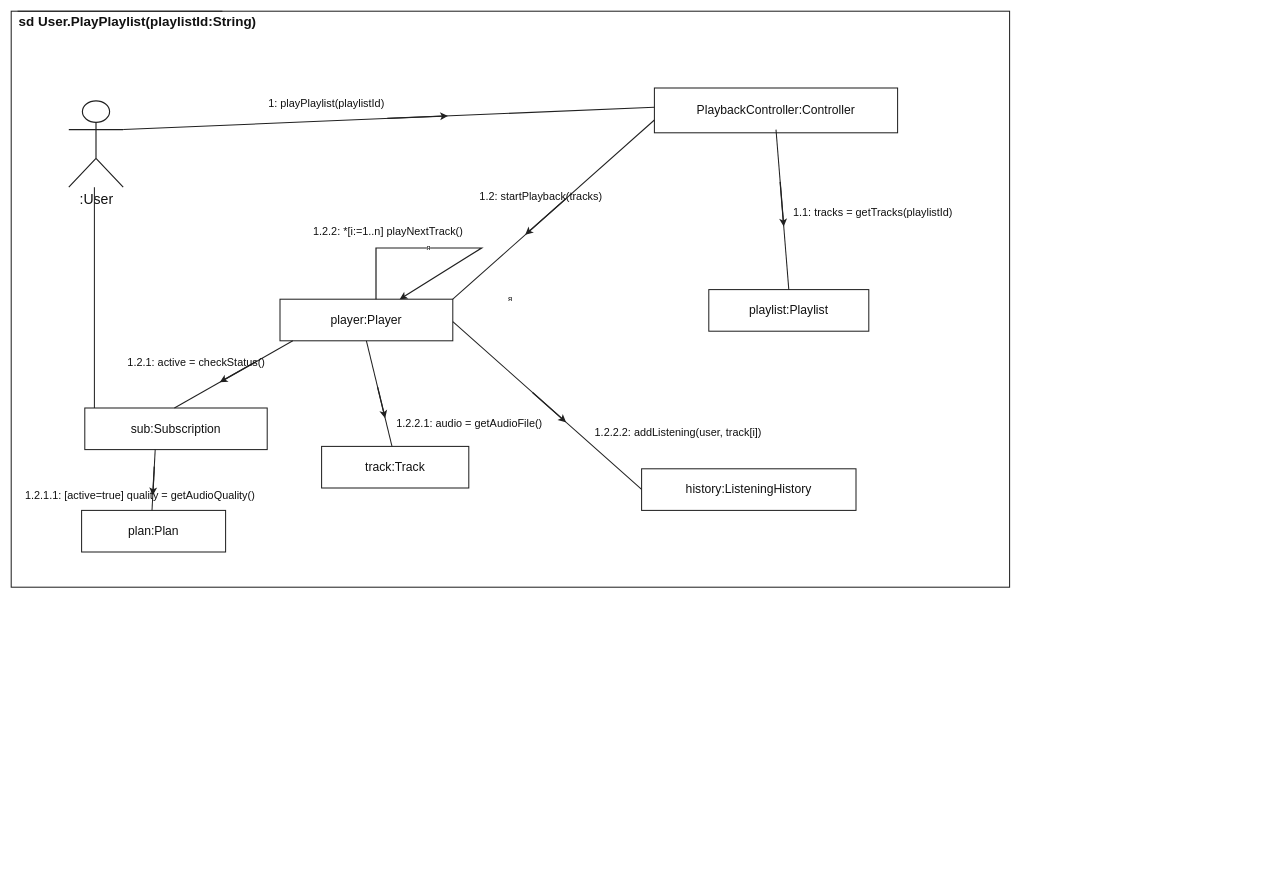
This is page "ЛР1 — Диаграмма коммуникаций (Моисеев)" (2 of 5) of Лабораторная 1 — Музыкальный стриминговый сервис.drawio from iiqq2/-, a draw.io file, before an edit. Source tidied: cells renumbered, new cells numbered last; positions are measured from the earlier drawing's top-left corner, leaving out a move shared by most shapes. Both pictures are drawn from the tidied source at 64%, with x=0, y=0 at pixel (11, 11).
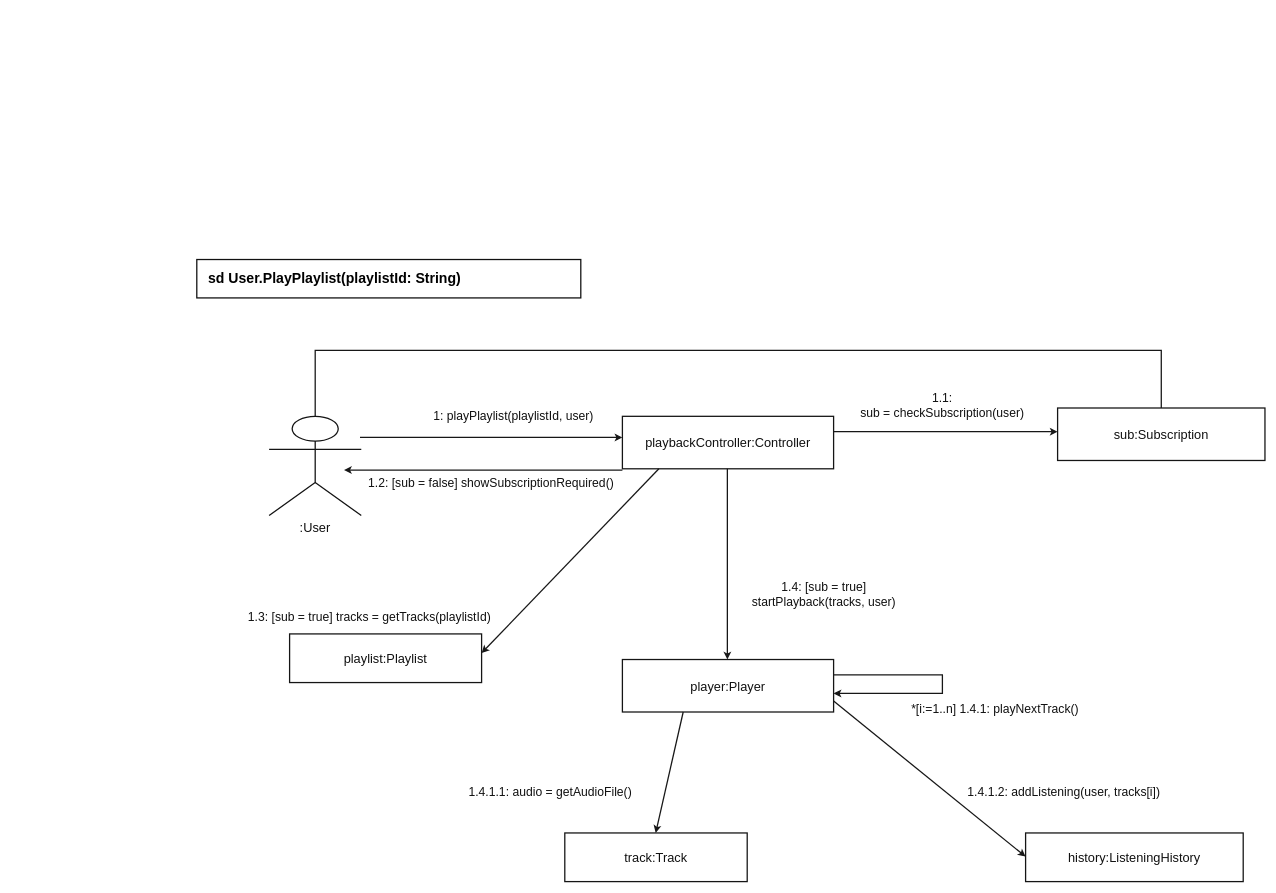
Above is the later version.

Change to the diagram source:
```diff
@@
-    <mxCell id="2" value="я" style="rounded=0;whiteSpace=wrap;html=1;strokeColor=#202020;strokeWidth=1.6;fillColor=#FFFFFF;" parent="1" vertex="1">
-      <mxGeometry width="1560" height="900" as="geometry" />
-    </mxCell>
-    <mxCell id="3" style="html=1;rounded=0;strokeColor=#202020;strokeWidth=1.6;startArrow=none;endArrow=none;endFill=1;edgeStyle=none;" parent="1" edge="1">
-      <mxGeometry relative="1" as="geometry">
-        <mxPoint x="10" as="sourcePoint" />
-        <mxPoint x="330" as="targetPoint" />
-      </mxGeometry>
-    </mxCell>
-    <mxCell id="4" value="sd User.PlayPlaylist(playlistId:String)" style="text;html=1;whiteSpace=wrap;overflow=visible;align=left;verticalAlign=middle;fontFamily=Arial;fontSize=21;fontStyle=1;fontColor=#111111;strokeColor=none;fillColor=none;" parent="1" vertex="1">
-      <mxGeometry x="10" width="430" height="32" as="geometry" />
-    </mxCell>
+    <mxCell id="37" value="sd User.PlayPlaylist(playlistId: String)" style="rounded=0;whiteSpace=wrap;html=0;strokeColor=#111111;strokeWidth=2;fillColor=#FFFFFF;fontFamily=Arial;fontSize=22;fontStyle=1;align=left;verticalAlign=middle;spacingLeft=16;" parent="1" vertex="1">
+      <mxGeometry x="290" y="388" width="600" height="60" as="geometry" />
+    </mxCell>
-    <mxCell id="5" value=":User" style="shape=umlActor;verticalLabelPosition=bottom;verticalAlign=top;html=1;outlineConnect=0;strokeColor=#202020;strokeWidth=1.8;fillColor=#FFFFFF;fontFamily=Arial;fontSize=22;fontColor=#111111;" parent="1" vertex="1">
-      <mxGeometry x="90" y="140" width="85" height="135" as="geometry" />
+    <mxCell id="5" value=":User" style="shape=umlActor;whiteSpace=wrap;html=0;strokeColor=#141414;strokeWidth=2;fillColor=#FFFFFF;fontFamily=Arial;fontSize=20;fontColor=#101010;verticalLabelPosition=bottom;verticalAlign=top;" parent="1" vertex="1">
+      <mxGeometry x="403" y="633" width="144" height="155" as="geometry" />
     </mxCell>
-    <mxCell id="6" value="PlaybackController:Controller" style="rounded=0;whiteSpace=wrap;html=1;strokeColor=#202020;strokeWidth=1.6;fillColor=#FFFFFF;align=center;verticalAlign=middle;fontFamily=Arial;fontSize=19;fontColor=#111111;" parent="1" vertex="1">
-      <mxGeometry x="1005" y="120" width="380" height="70" as="geometry" />
-    </mxCell>
+    <mxCell id="38" value="playbackController:Controller" style="rounded=0;whiteSpace=wrap;html=0;strokeColor=#151515;strokeWidth=2;fillColor=#FFFFFF;fontFamily=Arial;fontSize=20;fontColor=#111111;align=center;verticalAlign=middle;" parent="1" vertex="1">
+      <mxGeometry x="955" y="633" width="330" height="82" as="geometry" />
+    </mxCell>
+    <mxCell id="9" value="sub:Subscription" style="rounded=0;whiteSpace=wrap;html=0;strokeColor=#151515;strokeWidth=2;fillColor=#FFFFFF;fontFamily=Arial;fontSize=20;fontColor=#111111;align=center;verticalAlign=middle;" parent="1" vertex="1">
+      <mxGeometry x="1635" y="620" width="324" height="82" as="geometry" />
+    </mxCell>
+    <mxCell id="8" value="playlist:Playlist" style="rounded=0;whiteSpace=wrap;html=0;strokeColor=#151515;strokeWidth=2;fillColor=#FFFFFF;fontFamily=Arial;fontSize=20;fontColor=#111111;align=center;verticalAlign=middle;" parent="1" vertex="1">
+      <mxGeometry x="435" y="973" width="300" height="76" as="geometry" />
+    </mxCell>
-    <mxCell id="7" value="player:Player" style="rounded=0;whiteSpace=wrap;html=1;strokeColor=#202020;strokeWidth=1.6;fillColor=#FFFFFF;align=center;verticalAlign=middle;fontFamily=Arial;fontSize=19;fontColor=#111111;" parent="1" vertex="1">
-      <mxGeometry x="420" y="450" width="270" height="65" as="geometry" />
+    <mxCell id="7" value="player:Player" style="rounded=0;whiteSpace=wrap;html=0;strokeColor=#151515;strokeWidth=2;fillColor=#FFFFFF;fontFamily=Arial;fontSize=20;fontColor=#111111;align=center;verticalAlign=middle;" parent="1" vertex="1">
+      <mxGeometry x="955" y="1013" width="330" height="82" as="geometry" />
     </mxCell>
-    <mxCell id="8" value="playlist:Playlist" style="rounded=0;whiteSpace=wrap;html=1;strokeColor=#202020;strokeWidth=1.6;fillColor=#FFFFFF;align=center;verticalAlign=middle;fontFamily=Arial;fontSize=19;fontColor=#111111;" parent="1" vertex="1">
-      <mxGeometry x="1090" y="435" width="250" height="65" as="geometry" />
-    </mxCell>
-    <mxCell id="9" value="sub:Subscription" style="rounded=0;whiteSpace=wrap;html=1;strokeColor=#202020;strokeWidth=1.6;fillColor=#FFFFFF;align=center;verticalAlign=middle;fontFamily=Arial;fontSize=19;fontColor=#111111;" parent="1" vertex="1">
-      <mxGeometry x="115" y="620" width="285" height="65" as="geometry" />
-    </mxCell>
-    <mxCell id="10" value="plan:Plan" style="rounded=0;whiteSpace=wrap;html=1;strokeColor=#202020;strokeWidth=1.6;fillColor=#FFFFFF;align=center;verticalAlign=middle;fontFamily=Arial;fontSize=19;fontColor=#111111;" parent="1" vertex="1">
-      <mxGeometry x="110" y="780" width="225" height="65" as="geometry" />
-    </mxCell>
-    <mxCell id="11" value="track:Track" style="rounded=0;whiteSpace=wrap;html=1;strokeColor=#202020;strokeWidth=1.6;fillColor=#FFFFFF;align=center;verticalAlign=middle;fontFamily=Arial;fontSize=19;fontColor=#111111;" parent="1" vertex="1">
-      <mxGeometry x="485" y="680" width="230" height="65" as="geometry" />
+    <mxCell id="11" value="track:Track" style="rounded=0;whiteSpace=wrap;html=0;strokeColor=#151515;strokeWidth=2;fillColor=#FFFFFF;fontFamily=Arial;fontSize=20;fontColor=#111111;align=center;verticalAlign=middle;" parent="1" vertex="1">
+      <mxGeometry x="865" y="1284" width="285" height="76" as="geometry" />
     </mxCell>
-    <mxCell id="12" value="history:ListeningHistory" style="rounded=0;whiteSpace=wrap;html=1;strokeColor=#202020;strokeWidth=1.6;fillColor=#FFFFFF;align=center;verticalAlign=middle;fontFamily=Arial;fontSize=19;fontColor=#111111;" parent="1" vertex="1">
-      <mxGeometry x="985" y="715" width="335" height="65" as="geometry" />
+    <mxCell id="12" value="history:ListeningHistory" style="rounded=0;whiteSpace=wrap;html=0;strokeColor=#151515;strokeWidth=2;fillColor=#FFFFFF;fontFamily=Arial;fontSize=20;fontColor=#111111;align=center;verticalAlign=middle;" parent="1" vertex="1">
+      <mxGeometry x="1585" y="1284" width="340" height="76" as="geometry" />
     </mxCell>
-    <mxCell id="13" style="html=1;rounded=0;strokeColor=#202020;strokeWidth=1.6;startArrow=none;endArrow=none;endFill=1;edgeStyle=none;" parent="1" edge="1">
-      <mxGeometry relative="1" as="geometry">
-        <mxPoint x="175" y="185" as="sourcePoint" />
-        <mxPoint x="1005" y="150" as="targetPoint" />
-      </mxGeometry>
-    </mxCell>
-    <mxCell id="14" style="html=1;rounded=0;strokeColor=#202020;strokeWidth=1.6;startArrow=none;endArrow=none;endFill=1;edgeStyle=none;" parent="1" edge="1">
-      <mxGeometry relative="1" as="geometry">
-        <mxPoint x="1005" y="170" as="sourcePoint" />
-        <mxPoint x="690" y="450" as="targetPoint" />
-      </mxGeometry>
-    </mxCell>
-    <mxCell id="15" style="html=1;rounded=0;strokeColor=#202020;strokeWidth=1.6;startArrow=none;endArrow=none;endFill=1;edgeStyle=none;" parent="1" edge="1">
-      <mxGeometry relative="1" as="geometry">
-        <mxPoint x="1195" y="185" as="sourcePoint" />
-        <mxPoint x="1215" y="435" as="targetPoint" />
-      </mxGeometry>
-    </mxCell>
-    <mxCell id="16" style="html=1;rounded=0;strokeColor=#202020;strokeWidth=1.6;startArrow=none;endArrow=none;endFill=1;edgeStyle=none;" parent="1" edge="1">
-      <mxGeometry relative="1" as="geometry">
-        <mxPoint x="440" y="515" as="sourcePoint" />
-        <mxPoint x="255" y="620" as="targetPoint" />
-      </mxGeometry>
-    </mxCell>
-    <mxCell id="17" style="html=1;rounded=0;strokeColor=#202020;strokeWidth=1.6;startArrow=none;endArrow=none;endFill=1;edgeStyle=none;" parent="1" edge="1">
-      <mxGeometry relative="1" as="geometry">
-        <mxPoint x="225" y="685" as="sourcePoint" />
-        <mxPoint x="220" y="780" as="targetPoint" />
-      </mxGeometry>
-    </mxCell>
-    <mxCell id="18" style="html=1;rounded=0;strokeColor=#202020;strokeWidth=1.6;startArrow=none;endArrow=none;endFill=1;edgeStyle=none;" parent="1" edge="1">
-      <mxGeometry relative="1" as="geometry">
-        <mxPoint x="555" y="515" as="sourcePoint" />
-        <mxPoint x="595" y="680" as="targetPoint" />
-      </mxGeometry>
-    </mxCell>
-    <mxCell id="19" style="html=1;rounded=0;strokeColor=#202020;strokeWidth=1.6;startArrow=none;endArrow=none;endFill=1;edgeStyle=none;" parent="1" edge="1">
-      <mxGeometry relative="1" as="geometry">
-        <mxPoint x="690" y="485" as="sourcePoint" />
-        <mxPoint x="985" y="747" as="targetPoint" />
-      </mxGeometry>
-    </mxCell>
-    <mxCell id="20" style="html=1;rounded=0;strokeColor=#202020;strokeWidth=2.0;startArrow=none;endArrow=classic;endFill=1;edgeStyle=none;" parent="1" edge="1">
-      <mxGeometry relative="1" as="geometry">
-        <mxPoint x="587.6" y="167.6" as="sourcePoint" />
-        <mxPoint x="682.5" y="163.6" as="targetPoint" />
-      </mxGeometry>
-    </mxCell>
-    <mxCell id="21" style="html=1;rounded=0;strokeColor=#202020;strokeWidth=2.0;startArrow=none;endArrow=classic;endFill=1;edgeStyle=none;" parent="1" edge="1">
-      <mxGeometry relative="1" as="geometry">
-        <mxPoint x="1201.5" y="266.6" as="sourcePoint" />
-        <mxPoint x="1207.1" y="336.4" as="targetPoint" />
-      </mxGeometry>
-    </mxCell>
-    <mxCell id="22" style="html=1;rounded=0;strokeColor=#202020;strokeWidth=2.0;startArrow=none;endArrow=classic;endFill=1;edgeStyle=none;" parent="1" edge="1">
-      <mxGeometry relative="1" as="geometry">
-        <mxPoint x="866.7" y="292.9" as="sourcePoint" />
-        <mxPoint x="803.2" y="349.4" as="targetPoint" />
-      </mxGeometry>
-    </mxCell>
-    <mxCell id="23" style="html=1;rounded=0;strokeColor=#202020;strokeWidth=2.0;startArrow=none;endArrow=classic;endFill=1;edgeStyle=none;" parent="1" edge="1">
-      <mxGeometry relative="1" as="geometry">
-        <mxPoint x="382.3" y="547.8" as="sourcePoint" />
-        <mxPoint x="325.8" y="579.8" as="targetPoint" />
-      </mxGeometry>
-    </mxCell>
-    <mxCell id="24" style="html=1;rounded=0;strokeColor=#202020;strokeWidth=2.0;startArrow=none;endArrow=classic;endFill=1;edgeStyle=none;" parent="1" edge="1">
-      <mxGeometry relative="1" as="geometry">
-        <mxPoint x="223.6" y="711.6" as="sourcePoint" />
-        <mxPoint x="221.2" y="756.5" as="targetPoint" />
-      </mxGeometry>
-    </mxCell>
-    <mxCell id="25" style="html=1;rounded=0;strokeColor=#202020;strokeWidth=2.0;startArrow=none;endArrow=classic;endFill=1;edgeStyle=none;" parent="1" edge="1">
-      <mxGeometry relative="1" as="geometry">
-        <mxPoint x="572.5" y="587.3" as="sourcePoint" />
-        <mxPoint x="584.3" y="635.9" as="targetPoint" />
-      </mxGeometry>
-    </mxCell>
-    <mxCell id="26" style="html=1;rounded=0;strokeColor=#202020;strokeWidth=2.0;startArrow=none;endArrow=classic;endFill=1;edgeStyle=none;" parent="1" edge="1">
-      <mxGeometry relative="1" as="geometry">
-        <mxPoint x="814.6" y="595.7" as="sourcePoint" />
-        <mxPoint x="867" y="642.2" as="targetPoint" />
-      </mxGeometry>
-    </mxCell>
-    <mxCell id="27" value="я" style="html=1;rounded=0;strokeColor=#202020;strokeWidth=1.9;startArrow=none;endArrow=classic;endFill=1;edgeStyle=none;" parent="1" edge="1" target="7">
-      <mxGeometry x="-0.18" relative="1" as="geometry">
-        <mxPoint x="570" y="450" as="sourcePoint" />
-        <Array as="points">
-          <mxPoint x="570" y="370" />
-          <mxPoint x="735" y="370" />
-        </Array>
-      </mxGeometry>
-    </mxCell>
-    <mxCell id="28" value="1: playPlaylist(playlistId)" style="text;html=1;whiteSpace=wrap;overflow=visible;align=left;verticalAlign=middle;fontFamily=Arial;fontSize=17;fontStyle=0;fontColor=#111111;strokeColor=none;fillColor=none;" parent="1" vertex="1">
-      <mxGeometry x="400" y="130" width="320" height="30" as="geometry" />
-    </mxCell>
-    <mxCell id="29" value="1.1: tracks = getTracks(playlistId)" style="text;html=1;whiteSpace=wrap;overflow=visible;align=left;verticalAlign=middle;fontFamily=Arial;fontSize=17;fontStyle=0;fontColor=#111111;strokeColor=none;fillColor=none;" parent="1" vertex="1">
-      <mxGeometry x="1220" y="300" width="310" height="30" as="geometry" />
-    </mxCell>
-    <mxCell id="30" value="1.2: startPlayback(tracks)" style="text;html=1;whiteSpace=wrap;overflow=visible;align=left;verticalAlign=middle;fontFamily=Arial;fontSize=17;fontStyle=0;fontColor=#111111;strokeColor=none;fillColor=none;" parent="1" vertex="1">
-      <mxGeometry x="730" y="275" width="300" height="30" as="geometry" />
-    </mxCell>
-    <mxCell id="31" value="1.2.1: active = checkStatus()" style="text;html=1;whiteSpace=wrap;overflow=visible;align=left;verticalAlign=middle;fontFamily=Arial;fontSize=17;fontStyle=0;fontColor=#111111;strokeColor=none;fillColor=none;" parent="1" vertex="1">
-      <mxGeometry x="180" y="535" width="295" height="30" as="geometry" />
-    </mxCell>
-    <mxCell id="32" value="1.2.1.1: [active=true] quality = getAudioQuality()" style="text;html=1;whiteSpace=wrap;overflow=visible;align=left;verticalAlign=middle;fontFamily=Arial;fontSize=17;fontStyle=0;fontColor=#111111;strokeColor=none;fillColor=none;" parent="1" vertex="1">
-      <mxGeometry x="20" y="740" width="500" height="34" as="geometry" />
-    </mxCell>
-    <mxCell id="33" value="1.2.2: *[i:=1..n] playNextTrack()" style="text;html=1;whiteSpace=wrap;overflow=visible;align=left;verticalAlign=middle;fontFamily=Arial;fontSize=17;fontStyle=0;fontColor=#111111;strokeColor=none;fillColor=none;" parent="1" vertex="1">
-      <mxGeometry x="470" y="330" width="320" height="30" as="geometry" />
-    </mxCell>
-    <mxCell id="34" value="1.2.2.1: audio = getAudioFile()" style="text;html=1;whiteSpace=wrap;overflow=visible;align=left;verticalAlign=middle;fontFamily=Arial;fontSize=17;fontStyle=0;fontColor=#111111;strokeColor=none;fillColor=none;" parent="1" vertex="1">
-      <mxGeometry x="600" y="630" width="300" height="30" as="geometry" />
-    </mxCell>
-    <mxCell id="35" value="1.2.2.2: addListening(user, track[i])" style="text;html=1;whiteSpace=wrap;overflow=visible;align=left;verticalAlign=middle;fontFamily=Arial;fontSize=17;fontStyle=0;fontColor=#111111;strokeColor=none;fillColor=none;" parent="1" vertex="1">
-      <mxGeometry x="910" y="645" width="355" height="30" as="geometry" />
-    </mxCell>
-    <mxCell id="36" style="html=1;rounded=0;strokeColor=#202020;strokeWidth=1.6;startArrow=none;endArrow=none;endFill=1;edgeStyle=none;" parent="1" edge="1">
-      <mxGeometry relative="1" as="geometry">
-        <mxPoint x="130" y="275" as="sourcePoint" />
-        <mxPoint x="130" y="620" as="targetPoint" />
-      </mxGeometry>
-    </mxCell>
+    <mxCell id="39" style="edgeStyle=none;rounded=0;html=0;strokeColor=#171717;strokeWidth=2;endArrow=classic;endFill=1;startArrow=none;" parent="1" edge="1">
+      <mxGeometry relative="1" as="geometry">
+        <mxPoint x="545" y="666" as="sourcePoint" />
+        <mxPoint x="955" y="666" as="targetPoint" />
+      </mxGeometry>
+    </mxCell>
+    <mxCell id="40" style="edgeStyle=none;rounded=0;html=0;strokeColor=#171717;strokeWidth=2;endArrow=classic;endFill=1;startArrow=none;" parent="1" edge="1">
+      <mxGeometry relative="1" as="geometry">
+        <mxPoint x="1285" y="657" as="sourcePoint" />
+        <mxPoint x="1635" y="657" as="targetPoint" />
+      </mxGeometry>
+    </mxCell>
+    <mxCell id="41" style="edgeStyle=none;rounded=0;html=0;strokeColor=#171717;strokeWidth=2;endArrow=classic;endFill=1;startArrow=none;" parent="1" edge="1">
+      <mxGeometry relative="1" as="geometry">
+        <mxPoint x="955" y="717" as="sourcePoint" />
+        <mxPoint x="520" y="717" as="targetPoint" />
+      </mxGeometry>
+    </mxCell>
+    <mxCell id="42" style="edgeStyle=none;rounded=0;html=0;strokeColor=#171717;strokeWidth=2;endArrow=classic;endFill=1;startArrow=none;" parent="1" edge="1">
+      <mxGeometry relative="1" as="geometry">
+        <mxPoint x="1012" y="715" as="sourcePoint" />
+        <mxPoint x="735" y="1003" as="targetPoint" />
+      </mxGeometry>
+    </mxCell>
+    <mxCell id="43" style="edgeStyle=none;rounded=0;html=0;strokeColor=#171717;strokeWidth=2;endArrow=classic;endFill=1;startArrow=none;" parent="1" edge="1">
+      <mxGeometry relative="1" as="geometry">
+        <mxPoint x="1119" y="715" as="sourcePoint" />
+        <mxPoint x="1119" y="1013" as="targetPoint" />
+      </mxGeometry>
+    </mxCell>
+    <mxCell id="44" style="edgeStyle=none;rounded=0;html=0;strokeColor=#171717;strokeWidth=2;endArrow=classic;endFill=1;startArrow=none;" parent="1" edge="1">
+      <mxGeometry relative="1" as="geometry">
+        <mxPoint x="1285" y="1037" as="sourcePoint" />
+        <mxPoint x="1285" y="1066" as="targetPoint" />
+        <Array as="points">
+          <mxPoint x="1455" y="1037" />
+          <mxPoint x="1455" y="1066" />
+        </Array>
+      </mxGeometry>
+    </mxCell>
+    <mxCell id="45" style="edgeStyle=none;rounded=0;html=0;strokeColor=#171717;strokeWidth=2;endArrow=classic;endFill=1;startArrow=none;" parent="1" edge="1">
+      <mxGeometry relative="1" as="geometry">
+        <mxPoint x="1050" y="1095" as="sourcePoint" />
+        <mxPoint x="1007" y="1284" as="targetPoint" />
+      </mxGeometry>
+    </mxCell>
+    <mxCell id="46" style="edgeStyle=none;rounded=0;html=0;strokeColor=#171717;strokeWidth=2;endArrow=classic;endFill=1;startArrow=none;" parent="1" edge="1">
+      <mxGeometry relative="1" as="geometry">
+        <mxPoint x="1285" y="1078" as="sourcePoint" />
+        <mxPoint x="1585" y="1321" as="targetPoint" />
+      </mxGeometry>
+    </mxCell>
+    <mxCell id="47" value="1: playPlaylist(playlistId, user)" style="text;html=0;strokeColor=none;fillColor=none;fontFamily=Arial;fontSize=19;fontColor=#111111;align=center;verticalAlign=middle;whiteSpace=wrap;" parent="1" vertex="1">
+      <mxGeometry x="620" y="618" width="330" height="32" as="geometry" />
+    </mxCell>
+    <mxCell id="48" value="1.1:&#10;sub = checkSubscription(user)" style="text;html=0;strokeColor=none;fillColor=none;fontFamily=Arial;fontSize=19;fontColor=#111111;align=center;verticalAlign=middle;whiteSpace=wrap;" parent="1" vertex="1">
+      <mxGeometry x="1230" y="590" width="450" height="52" as="geometry" />
+    </mxCell>
+    <mxCell id="49" value="1.2: [sub = false] showSubscriptionRequired()" style="text;html=0;strokeColor=none;fillColor=none;fontFamily=Arial;fontSize=19;fontColor=#111111;align=center;verticalAlign=middle;whiteSpace=wrap;" parent="1" vertex="1">
+      <mxGeometry x="435" y="720" width="630" height="35" as="geometry" />
+    </mxCell>
+    <mxCell id="50" value="1.3: [sub = true] tracks = getTracks(playlistId)" style="text;html=0;strokeColor=none;fillColor=none;fontFamily=Arial;fontSize=19;fontColor=#111111;align=center;verticalAlign=middle;whiteSpace=wrap;" parent="1" vertex="1">
+      <mxGeometry x="320" y="930" width="480" height="35" as="geometry" />
+    </mxCell>
+    <mxCell id="51" value="1.4: [sub = true]&#10;startPlayback(tracks, user)" style="text;html=0;strokeColor=none;fillColor=none;fontFamily=Arial;fontSize=19;fontColor=#111111;align=center;verticalAlign=middle;whiteSpace=wrap;" parent="1" vertex="1">
+      <mxGeometry x="1050" y="880" width="440" height="64" as="geometry" />
+    </mxCell>
+    <mxCell id="52" value="*[i:=1..n] 1.4.1: playNextTrack()" style="text;html=0;strokeColor=none;fillColor=none;fontFamily=Arial;fontSize=19;fontColor=#111111;align=center;verticalAlign=middle;whiteSpace=wrap;" parent="1" vertex="1">
+      <mxGeometry x="1345" y="1075" width="385" height="32" as="geometry" />
+    </mxCell>
+    <mxCell id="53" value="1.4.1.1: audio = getAudioFile()" style="text;html=0;strokeColor=none;fillColor=none;fontFamily=Arial;fontSize=19;fontColor=#111111;align=center;verticalAlign=middle;whiteSpace=wrap;" parent="1" vertex="1">
+      <mxGeometry x="620" y="1203" width="445" height="35" as="geometry" />
+    </mxCell>
+    <mxCell id="54" value="1.4.1.2: addListening(user, tracks[i])" style="text;html=0;strokeColor=none;fillColor=none;fontFamily=Arial;fontSize=19;fontColor=#111111;align=center;verticalAlign=middle;whiteSpace=wrap;" parent="1" vertex="1">
+      <mxGeometry x="1395" y="1203" width="500" height="35" as="geometry" />
+    </mxCell>
+    <mxCell id="55" style="edgeStyle=segmentEdgeStyle;rounded=0;html=0;strokeColor=#171717;strokeWidth=2;startArrow=none;endArrow=none;exitX=0.5;exitY=0;exitDx=0;exitDy=0;entryX=0.5;entryY=0;entryDx=0;entryDy=0;" parent="1" edge="1" source="5" target="9">
+      <mxGeometry relative="1" as="geometry">
+        <Array as="points">
+          <mxPoint x="475" y="530" />
+          <mxPoint x="1797" y="530" />
+        </Array>
+      </mxGeometry>
+    </mxCell>
```
